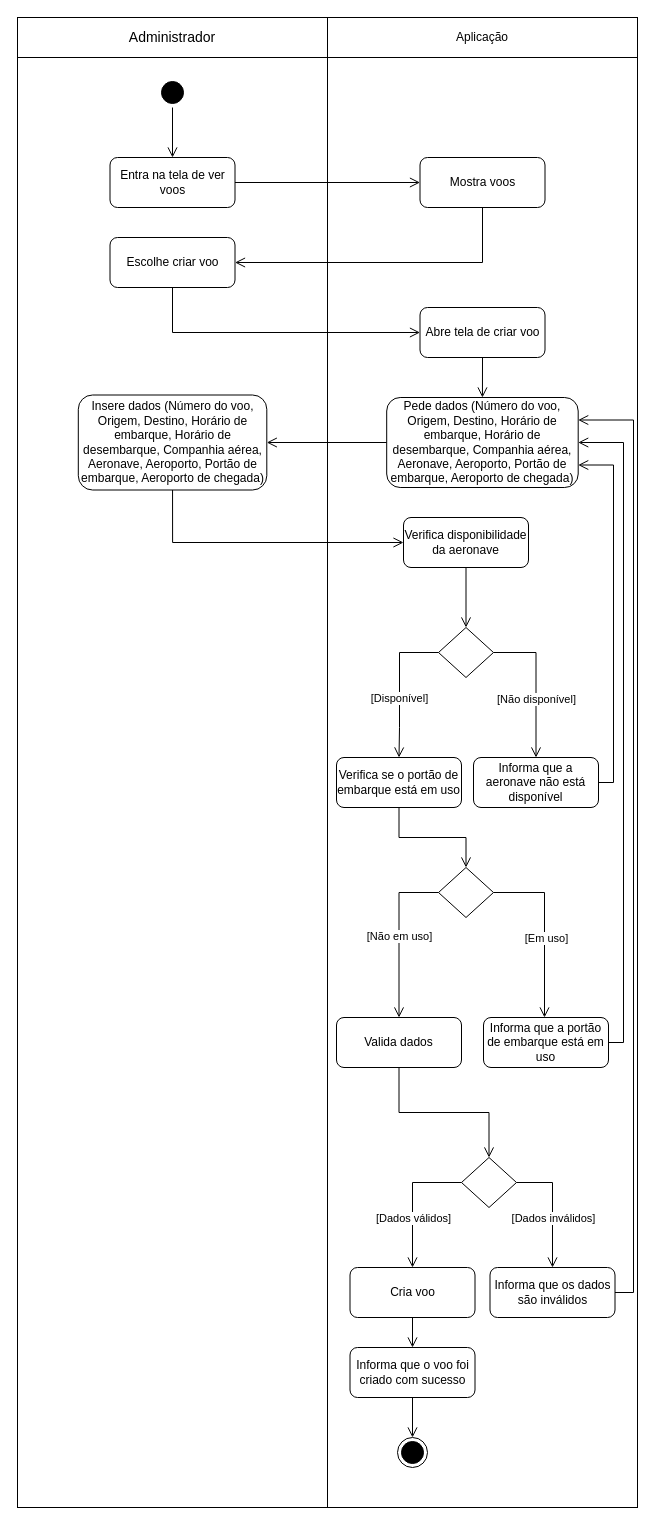
Before: Diagramas/Eng_de_Software/Modelos/Atividade/Create_Voo.drawio in GabrielGMori/trabalho-conclus-o-ano, a draw.io diagram. Source tidied: cells renumbered, new cells numbered last; positions are measured from the earlier drawing's top-left corner, leaving out a move shared by most shapes. Both pictures are drawn from the tidied source at 100%, with x=0, y=0 at pixel (17, 17).
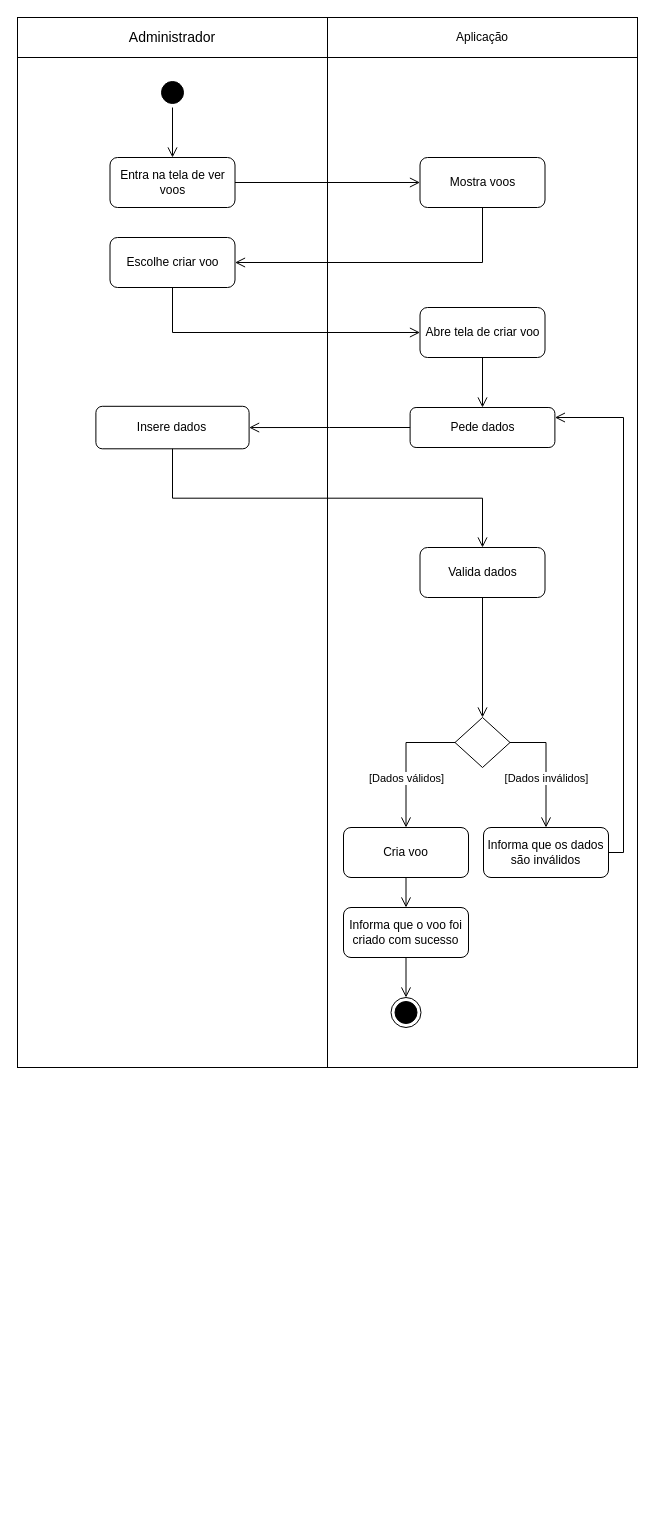
The same diagram, later.

Diff of the diagram source:
```diff
@@
     <mxCell id="2" style="rounded=0;whiteSpace=wrap;html=1;" parent="1" vertex="1">
-      <mxGeometry y="40" width="310" height="1450" as="geometry" />
+      <mxGeometry y="40" width="310" height="1010" as="geometry" />
     </mxCell>
     <mxCell id="3" style="rounded=0;whiteSpace=wrap;html=1;" parent="1" vertex="1">
-      <mxGeometry x="310" y="40" width="310" height="1450" as="geometry" />
+      <mxGeometry x="310" y="40" width="310" height="1010" as="geometry" />
     </mxCell>
@@
-    <mxCell id="9" value="Pede dados (Número do voo, Origem, Destino, Horário de embarque, Horário de desembarque, Companhia aérea, Aeronave, Aeroporto, Portão de embarque, Aeroporto de chegada)" style="rounded=1;whiteSpace=wrap;html=1;" parent="1" vertex="1">
-      <mxGeometry x="369.2" y="380" width="191.5" height="90" as="geometry" />
+    <mxCell id="9" value="Pede dados" style="rounded=1;whiteSpace=wrap;html=1;" parent="1" vertex="1">
+      <mxGeometry x="392.6" y="390" width="144.8" height="40" as="geometry" />
     </mxCell>
-    <mxCell id="10" value="Insere dados (Número do voo, Origem, Destino, Horário de embarque, Horário de desembarque, Companhia aérea, Aeronave, Aeroporto, Portão de embarque, Aeroporto de chegada)" style="rounded=1;whiteSpace=wrap;html=1;" parent="1" vertex="1">
-      <mxGeometry x="60.8" y="377.5" width="188.5" height="95" as="geometry" />
+    <mxCell id="10" value="Insere dados" style="rounded=1;whiteSpace=wrap;html=1;" parent="1" vertex="1">
+      <mxGeometry x="78.4" y="388.8" width="153.2" height="42.5" as="geometry" />
     </mxCell>
@@
     <mxCell id="12" value="Valida dados" style="rounded=1;whiteSpace=wrap;html=1;" parent="1" vertex="1">
-      <mxGeometry x="319" y="1000" width="125" height="50" as="geometry" />
+      <mxGeometry x="402.5" y="530" width="125" height="50" as="geometry" />
     </mxCell>
     <mxCell id="13" style="rhombus;whiteSpace=wrap;html=1;" parent="1" vertex="1">
-      <mxGeometry x="444" y="1140" width="55" height="50" as="geometry" />
+      <mxGeometry x="437.5" y="700" width="55" height="50" as="geometry" />
     </mxCell>
@@
     <mxCell id="15" value="Informa que os dados são inválidos" style="rounded=1;whiteSpace=wrap;html=1;" parent="1" vertex="1">
-      <mxGeometry x="472.5" y="1250" width="125" height="50" as="geometry" />
+      <mxGeometry x="466" y="810" width="125" height="50" as="geometry" />
     </mxCell>
@@
     <mxCell id="18" style="edgeStyle=orthogonalEdgeStyle;html=1;verticalAlign=bottom;endArrow=open;endSize=8;strokeColor=#000000;rounded=0;exitX=1;exitY=0.5;exitDx=0;exitDy=0;entryX=1;entryY=0.25;entryDx=0;entryDy=0;" parent="1" edge="1" source="15" target="9">
       <mxGeometry relative="1" as="geometry">
         <Array as="points">
-          <mxPoint x="616" y="1275" />
-          <mxPoint x="616" y="403" />
+          <mxPoint x="606" y="835" />
+          <mxPoint x="606" y="400" />
         </Array>
       </mxGeometry>
     </mxCell>
     <mxCell id="19" value="Cria voo" style="rounded=1;whiteSpace=wrap;html=1;" parent="1" vertex="1">
-      <mxGeometry x="332.5" y="1250" width="125" height="50" as="geometry" />
+      <mxGeometry x="326" y="810" width="125" height="50" as="geometry" />
     </mxCell>
     <mxCell id="20" value="&lt;div&gt;Informa que o voo foi criado com sucesso&lt;br&gt;&lt;/div&gt;" style="rounded=1;whiteSpace=wrap;html=1;" parent="1" vertex="1">
-      <mxGeometry x="332.5" y="1330" width="125" height="50" as="geometry" />
+      <mxGeometry x="326" y="890" width="125" height="50" as="geometry" />
     </mxCell>
@@
     <mxCell id="24" style="ellipse;html=1;shape=endState;fillColor=#000000;strokeColor=#000000;" parent="1" vertex="1">
-      <mxGeometry x="380" y="1420" width="30" height="30" as="geometry" />
+      <mxGeometry x="373.5" y="980" width="30" height="30" as="geometry" />
     </mxCell>
@@
-    <mxCell id="33" style="rhombus;whiteSpace=wrap;html=1;" parent="1" vertex="1">
-      <mxGeometry x="421" y="610" width="55" height="50" as="geometry" />
-    </mxCell>
-    <mxCell id="34" style="edgeStyle=orthogonalEdgeStyle;html=1;verticalAlign=bottom;endArrow=open;endSize=8;strokeColor=#000000;rounded=0;entryX=0.5;entryY=0;entryDx=0;entryDy=0;exitX=1;exitY=0.5;exitDx=0;exitDy=0;" parent="1" edge="1" source="33" target="43">
-      <mxGeometry relative="1" as="geometry" />
-    </mxCell>
-    <mxCell id="35" value="[Não disponível]" style="edgeLabel;html=1;align=center;verticalAlign=middle;" parent="34" vertex="1">
-      <mxGeometry x="-0.23" relative="1" as="geometry">
-        <mxPoint y="32" as="offset" />
-      </mxGeometry>
-    </mxCell>
-    <mxCell id="36" style="edgeStyle=orthogonalEdgeStyle;html=1;verticalAlign=bottom;endArrow=open;endSize=8;strokeColor=#000000;rounded=0;entryX=0.5;entryY=0;entryDx=0;entryDy=0;exitX=0;exitY=0.5;exitDx=0;exitDy=0;" parent="1" edge="1" source="33" target="41">
-      <mxGeometry relative="1" as="geometry">
-        <Array as="points">
-          <mxPoint x="382" y="635" />
-          <mxPoint x="382" y="710" />
-          <mxPoint x="381" y="710" />
-        </Array>
-      </mxGeometry>
-    </mxCell>
-    <mxCell id="37" value="[Disponível]" style="edgeLabel;html=1;align=center;verticalAlign=middle;" parent="36" vertex="1">
-      <mxGeometry x="-0.35" y="-2" relative="1" as="geometry">
-        <mxPoint x="1" y="37" as="offset" />
-      </mxGeometry>
-    </mxCell>
-    <mxCell id="38" value="Verifica disponibilidade da aeronave" style="rounded=1;whiteSpace=wrap;html=1;" parent="1" vertex="1">
-      <mxGeometry x="386" y="500" width="125" height="50" as="geometry" />
-    </mxCell>
-    <mxCell id="39" style="edgeStyle=orthogonalEdgeStyle;html=1;verticalAlign=bottom;endArrow=open;endSize=8;strokeColor=#000000;rounded=0;entryX=0;entryY=0.5;entryDx=0;entryDy=0;exitX=0.5;exitY=1;exitDx=0;exitDy=0;" parent="1" edge="1" source="10" target="38">
+    <mxCell id="39" style="edgeStyle=orthogonalEdgeStyle;html=1;verticalAlign=bottom;endArrow=open;endSize=8;strokeColor=#000000;rounded=0;entryX=0.5;entryY=0;entryDx=0;entryDy=0;exitX=0.5;exitY=1;exitDx=0;exitDy=0;" parent="1" edge="1" source="10" target="12">
       <mxGeometry relative="1" as="geometry" />
     </mxCell>
-    <mxCell id="40" style="edgeStyle=orthogonalEdgeStyle;html=1;verticalAlign=bottom;endArrow=open;endSize=8;strokeColor=#000000;rounded=0;entryX=0.5;entryY=0;entryDx=0;entryDy=0;exitX=0.5;exitY=1;exitDx=0;exitDy=0;" parent="1" edge="1" source="38" target="33">
-      <mxGeometry relative="1" as="geometry" />
-    </mxCell>
-    <mxCell id="41" value="Verifica se o portão de embarque está em uso" style="rounded=1;whiteSpace=wrap;html=1;" parent="1" vertex="1">
-      <mxGeometry x="319" y="740" width="125" height="50" as="geometry" />
-    </mxCell>
-    <mxCell id="42" style="rhombus;whiteSpace=wrap;html=1;" parent="1" vertex="1">
-      <mxGeometry x="421" y="850" width="55" height="50" as="geometry" />
-    </mxCell>
-    <mxCell id="43" value="Informa que a aeronave não está disponível" style="rounded=1;whiteSpace=wrap;html=1;" parent="1" vertex="1">
-      <mxGeometry x="456" y="740" width="125" height="50" as="geometry" />
-    </mxCell>
-    <mxCell id="44" style="edgeStyle=orthogonalEdgeStyle;html=1;verticalAlign=bottom;endArrow=open;endSize=8;strokeColor=#000000;rounded=0;exitX=1;exitY=0.5;exitDx=0;exitDy=0;entryX=1;entryY=0.75;entryDx=0;entryDy=0;" parent="1" edge="1" source="43" target="9">
-      <mxGeometry relative="1" as="geometry">
-        <Array as="points">
-          <mxPoint x="596" y="765" />
-          <mxPoint x="596" y="447" />
-        </Array>
-      </mxGeometry>
-    </mxCell>
-    <mxCell id="45" style="edgeStyle=orthogonalEdgeStyle;html=1;verticalAlign=bottom;endArrow=open;endSize=8;strokeColor=#000000;rounded=0;entryX=0.5;entryY=0;entryDx=0;entryDy=0;exitX=0.5;exitY=1;exitDx=0;exitDy=0;" parent="1" edge="1" source="41" target="42">
-      <mxGeometry relative="1" as="geometry" />
-    </mxCell>
-    <mxCell id="46" style="edgeStyle=orthogonalEdgeStyle;html=1;verticalAlign=bottom;endArrow=open;endSize=8;strokeColor=#000000;rounded=0;entryX=0.5;entryY=0;entryDx=0;entryDy=0;exitX=0;exitY=0.5;exitDx=0;exitDy=0;" parent="1" edge="1" source="42" target="12">
-      <mxGeometry relative="1" as="geometry">
-        <Array as="points">
-          <mxPoint x="382" y="875" />
-          <mxPoint x="382" y="1000" />
-        </Array>
-      </mxGeometry>
-    </mxCell>
-    <mxCell id="47" value="[Não em uso]" style="edgeLabel;html=1;align=center;verticalAlign=middle;" parent="46" vertex="1">
-      <mxGeometry x="-0.35" y="-2" relative="1" as="geometry">
-        <mxPoint x="2" y="30" as="offset" />
-      </mxGeometry>
-    </mxCell>
-    <mxCell id="48" value="Informa que a portão de embarque está em uso" style="rounded=1;whiteSpace=wrap;html=1;" parent="1" vertex="1">
-      <mxGeometry x="466" y="1000" width="125" height="50" as="geometry" />
-    </mxCell>
-    <mxCell id="49" style="edgeStyle=orthogonalEdgeStyle;html=1;verticalAlign=bottom;endArrow=open;endSize=8;strokeColor=#000000;rounded=0;entryX=0.5;entryY=0;entryDx=0;entryDy=0;exitX=1;exitY=0.5;exitDx=0;exitDy=0;" parent="1" edge="1" source="42">
-      <mxGeometry relative="1" as="geometry">
-        <mxPoint x="527" y="1000" as="targetPoint" />
-        <Array as="points">
-          <mxPoint x="527" y="875" />
-        </Array>
-      </mxGeometry>
-    </mxCell>
-    <mxCell id="50" value="[Em uso]" style="edgeLabel;html=1;align=center;verticalAlign=middle;" parent="49" vertex="1">
-      <mxGeometry x="-0.35" y="-2" relative="1" as="geometry">
-        <mxPoint x="3" y="39" as="offset" />
-      </mxGeometry>
-    </mxCell>
-    <mxCell id="51" style="edgeStyle=orthogonalEdgeStyle;html=1;verticalAlign=bottom;endArrow=open;endSize=8;strokeColor=#000000;rounded=0;exitX=1;exitY=0.5;exitDx=0;exitDy=0;entryX=1;entryY=0.5;entryDx=0;entryDy=0;" parent="1" edge="1" source="48" target="9">
-      <mxGeometry relative="1" as="geometry">
-        <Array as="points">
-          <mxPoint x="606" y="1025" />
-          <mxPoint x="606" y="425" />
-        </Array>
-      </mxGeometry>
-    </mxCell>
```
